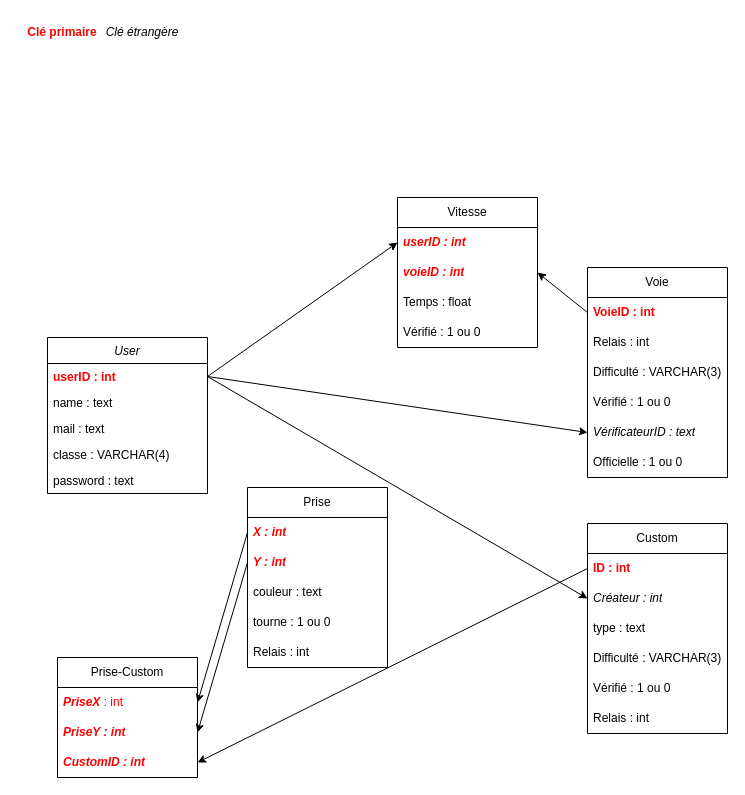
The draw.io diagram diagrammeDB.drawio in Greenmattt/SeekAClimb, before the edit. Source tidied: cells renumbered, new cells numbered last; positions are measured from the earlier drawing's top-left corner, leaving out a move shared by most shapes. Both pictures are drawn from the tidied source at 100%, with x=0, y=0 at pixel (17, 17).
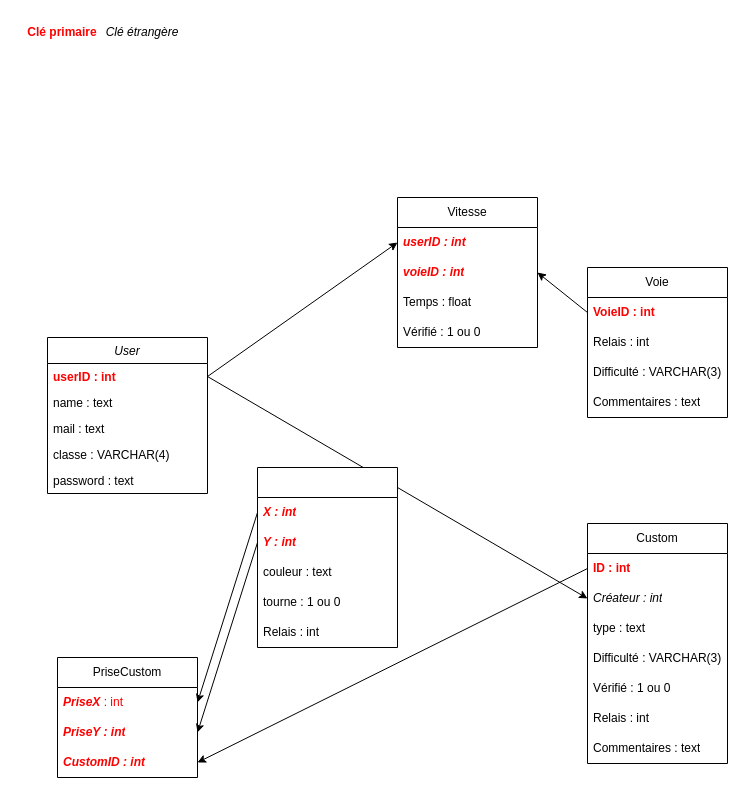
Above is the later version.

Commit message (it also covers changes not shown here):
Base de donnée finie avec ce schéma :cactus:

The change refers to these unchanged cells:
```xml
<mxCell id="3" value="userID : int" style="text;align=left;verticalAlign=top;spacingLeft=4;spacingRight=4;overflow=hidden;points=[[0,0.5],[1,0.5]];portConstraint=eastwest;rounded=0;shadow=0;html=0;fontColor=#FF0000;fontStyle=1;" parent="2" vertex="1">
  <mxGeometry y="26" width="160" height="26" as="geometry" />
</mxCell>
```

Diff of the diagram source:
```diff
@@
     <mxCell id="16" value="Voie" style="swimlane;fontStyle=0;horizontal=1;startSize=30;whiteSpace=wrap;html=1;" parent="1" vertex="1">
-      <mxGeometry x="570" y="250" width="140" height="210" as="geometry" />
+      <mxGeometry x="570" y="250" width="140" height="150" as="geometry" />
     </mxCell>
@@
-    <mxCell id="20" value="Vérifié : 1 ou 0" style="text;strokeColor=none;fillColor=none;align=left;verticalAlign=middle;spacingLeft=4;spacingRight=4;overflow=hidden;whiteSpace=wrap;html=1;" parent="16" vertex="1">
-      <mxGeometry y="120" width="140" height="30" as="geometry" />
-    </mxCell>
-    <mxCell id="21" value="&lt;i&gt;VérificateurID : text&lt;/i&gt;" style="text;strokeColor=none;fillColor=none;align=left;verticalAlign=middle;spacingLeft=4;spacingRight=4;overflow=hidden;points=[[0,0.5],[1,0.5]];portConstraint=eastwest;whiteSpace=wrap;html=1;" parent="16" vertex="1">
-      <mxGeometry y="150" width="140" height="30" as="geometry" />
-    </mxCell>
-    <mxCell id="22" value="Officielle : 1 ou 0" style="text;strokeColor=none;fillColor=none;align=left;verticalAlign=middle;spacingLeft=4;spacingRight=4;overflow=hidden;whiteSpace=wrap;html=1;" parent="16" vertex="1">
-      <mxGeometry y="180" width="140" height="30" as="geometry" />
-    </mxCell>
+    <mxCell id="46" value="Commentaires : text" style="text;strokeColor=none;fillColor=none;align=left;verticalAlign=middle;spacingLeft=4;spacingRight=4;overflow=hidden;whiteSpace=wrap;html=1;" parent="16" vertex="1">
+      <mxGeometry y="120" width="140" height="30" as="geometry" />
+    </mxCell>
@@
-    <mxCell id="24" style="endArrow=classic;html=1;rounded=0;fontColor=#000000;exitX=1;exitY=0.5;exitDx=0;exitDy=0;entryX=0;entryY=0.5;entryDx=0;entryDy=0;" parent="1" edge="1" source="3" target="21">
-      <mxGeometry relative="1" as="geometry" />
-    </mxCell>
     <mxCell id="25" value="Custom" style="swimlane;fontStyle=0;horizontal=1;startSize=30;whiteSpace=wrap;html=1;" parent="1" vertex="1">
-      <mxGeometry x="570" y="506" width="140" height="210" as="geometry" />
+      <mxGeometry x="570" y="506" width="140" height="240" as="geometry" />
     </mxCell>
@@
+    <mxCell id="47" value="Commentaires : text" style="text;strokeColor=none;fillColor=none;align=left;verticalAlign=middle;spacingLeft=4;spacingRight=4;overflow=hidden;whiteSpace=wrap;html=1;" parent="25" vertex="1">
+      <mxGeometry y="210" width="140" height="30" as="geometry" />
+    </mxCell>
@@
-    <mxCell id="33" value="Prise" style="swimlane;fontStyle=0;horizontal=1;startSize=30;whiteSpace=wrap;html=1;" parent="1" vertex="1">
-      <mxGeometry x="230" y="470" width="140" height="180" as="geometry" />
+    <mxCell id="33" value="&lt;br&gt;&lt;br&gt;&lt;br&gt;&lt;br&gt;&lt;br&gt;&lt;br&gt;&lt;br&gt;&lt;br&gt;&lt;br&gt;&lt;br&gt;&lt;br&gt;&lt;br&gt;&lt;br&gt;&lt;br&gt;&lt;br&gt;&lt;br&gt;&lt;br&gt;" style="swimlane;fontStyle=0;horizontal=1;startSize=30;whiteSpace=wrap;html=1;" parent="1" vertex="1">
+      <mxGeometry x="240" y="450" width="140" height="180" as="geometry" />
     </mxCell>
@@
-    <mxCell id="39" value="Prise-Custom" style="swimlane;fontStyle=0;horizontal=1;startSize=30;whiteSpace=wrap;html=1;" parent="1" vertex="1">
+    <mxCell id="39" value="PriseCustom" style="swimlane;fontStyle=0;horizontal=1;startSize=30;whiteSpace=wrap;html=1;" parent="1" vertex="1">
       <mxGeometry x="40" y="640" width="140" height="120" as="geometry" />
     </mxCell>
```
